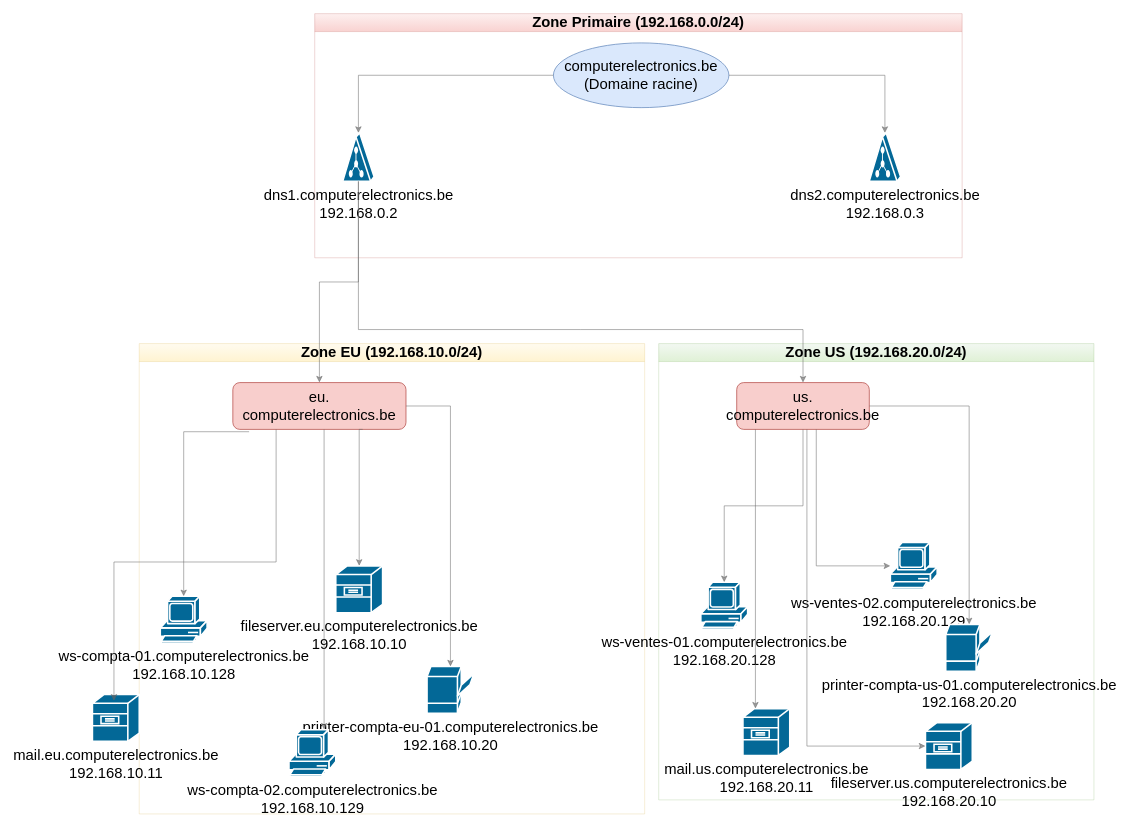
Above: diagrams/structure_reseau_geographic_zones _basic.drawio in choquitofrito/ActiveDirectory (draw.io), before the change. Source tidied: cells renumbered, new cells numbered last; positions are measured from the earlier drawing's top-left corner, leaving out a move shared by most shapes. Both pictures are drawn from the tidied source at 78%, with x=0, y=0 at pixel (92, 13).
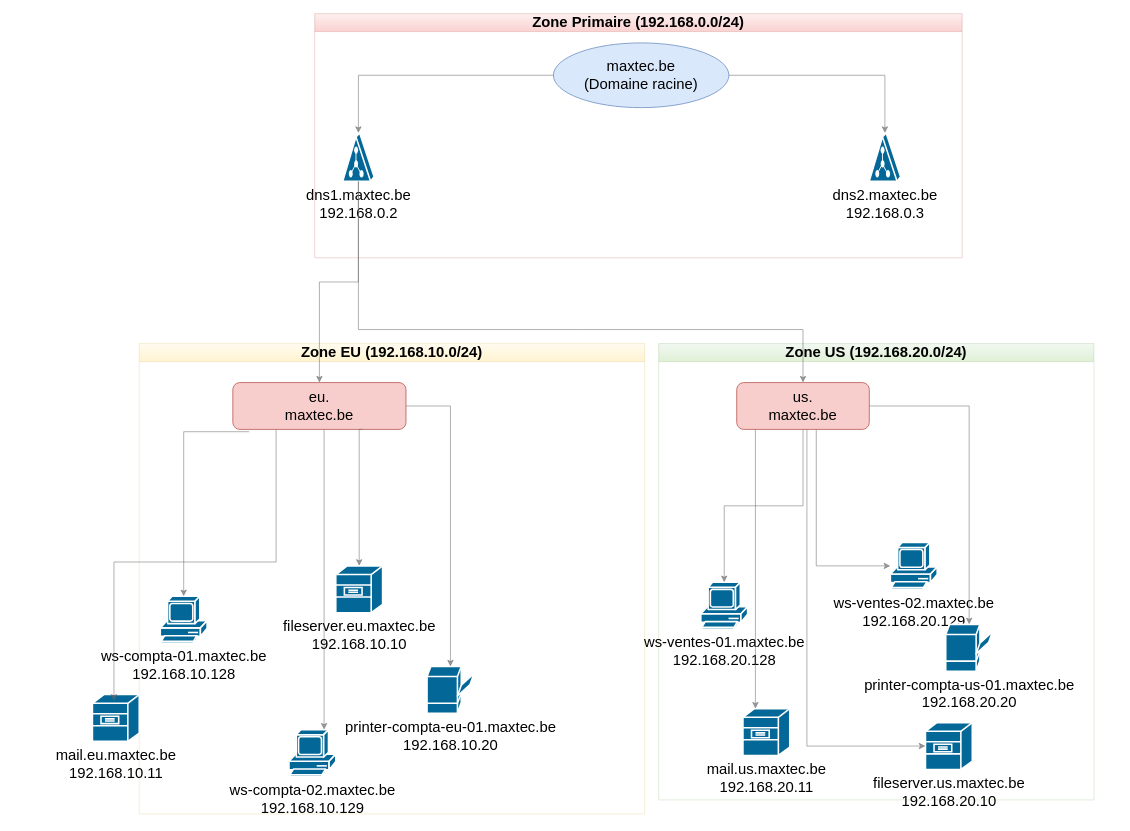
Above is the later version.

The change refers to these unchanged cells:
```xml
<mxCell id="2" value="Zone Primaire (192.168.0.0/24)" style="swimlane;whiteSpace=wrap;html=1;fillColor=#f8cecc;strokeColor=#b85450;opacity=30;gradientColor=#ea6b66;fontSize=19;" parent="1" vertex="1">
  <mxGeometry x="285" width="830" height="313" as="geometry" />
</mxCell>
<mxCell id="8" value="Zone EU (192.168.10.0/24)" style="swimlane;whiteSpace=wrap;html=1;fillColor=#fff2cc;strokeColor=#d6b656;opacity=30;gradientColor=#ffd966;fontSize=19;" parent="1" vertex="1">
  <mxGeometry x="60" y="423" width="648" height="603" as="geometry" />
</mxCell>
<mxCell id="18" value="Zone US (192.168.20.0/24)" style="swimlane;whiteSpace=wrap;html=1;fillColor=#d5e8d4;strokeColor=#82b366;opacity=30;gradientColor=#97d077;fontSize=19;" parent="1" vertex="1">
  <mxGeometry x="726" y="423" width="558" height="585" as="geometry" />
</mxCell>
```

Diff of the diagram source:
```diff
@@
-    <mxCell id="3" value="dns1.computerelectronics.be&#10;192.168.0.2" style="shape=mxgraph.cisco.servers.directory_server;html=1;dashed=0;fillColor=#036897;strokeColor=#ffffff;strokeWidth=2;verticalLabelPosition=bottom;verticalAlign=top;align=center;outlineConnect=0;fontSize=19;" parent="2" vertex="1">
+    <mxCell id="3" value="dns1.maxtec.be&#10;192.168.0.2" style="shape=mxgraph.cisco.servers.directory_server;html=1;dashed=0;fillColor=#036897;strokeColor=#ffffff;strokeWidth=2;verticalLabelPosition=bottom;verticalAlign=top;align=center;outlineConnect=0;fontSize=19;" parent="2" vertex="1">
       <mxGeometry x="36" y="153" width="40" height="62" as="geometry" />
     </mxCell>
-    <mxCell id="4" value="dns2.computerelectronics.be&#10;192.168.0.3" style="shape=mxgraph.cisco.servers.directory_server;html=1;dashed=0;fillColor=#036897;strokeColor=#ffffff;strokeWidth=2;verticalLabelPosition=bottom;verticalAlign=top;align=center;outlineConnect=0;fontSize=19;" parent="2" vertex="1">
+    <mxCell id="4" value="dns2.maxtec.be&#10;192.168.0.3" style="shape=mxgraph.cisco.servers.directory_server;html=1;dashed=0;fillColor=#036897;strokeColor=#ffffff;strokeWidth=2;verticalLabelPosition=bottom;verticalAlign=top;align=center;outlineConnect=0;fontSize=19;" parent="2" vertex="1">
       <mxGeometry x="711" y="153" width="40" height="62" as="geometry" />
     </mxCell>
-    <mxCell id="5" value="computerelectronics.be&#10;(Domaine racine)" style="ellipse;whiteSpace=wrap;html=1;fillColor=#dae8fc;strokeColor=#6c8ebf;fontSize=19;" parent="2" vertex="1">
+    <mxCell id="5" value="maxtec.be&#10;(Domaine racine)" style="ellipse;whiteSpace=wrap;html=1;fillColor=#dae8fc;strokeColor=#6c8ebf;fontSize=19;" parent="2" vertex="1">
       <mxGeometry x="306" y="37.5" width="225" height="83" as="geometry" />
     </mxCell>
@@
-    <mxCell id="9" value="fileserver.eu.computerelectronics.be&#10;192.168.10.10" style="shape=mxgraph.cisco.servers.file_server;html=1;dashed=0;fillColor=#036897;strokeColor=#ffffff;strokeWidth=2;verticalLabelPosition=bottom;verticalAlign=top;align=center;outlineConnect=0;fontSize=19;" parent="8" vertex="1">
+    <mxCell id="9" value="fileserver.eu.maxtec.be&#10;192.168.10.10" style="shape=mxgraph.cisco.servers.file_server;html=1;dashed=0;fillColor=#036897;strokeColor=#ffffff;strokeWidth=2;verticalLabelPosition=bottom;verticalAlign=top;align=center;outlineConnect=0;fontSize=19;" parent="8" vertex="1">
       <mxGeometry x="252" y="285" width="60" height="60" as="geometry" />
     </mxCell>
-    <mxCell id="10" value="ws-compta-01.computerelectronics.be&#10;192.168.10.128" style="shape=mxgraph.cisco.computers_and_peripherals.pc;html=1;dashed=0;fillColor=#036897;strokeColor=#ffffff;strokeWidth=2;verticalLabelPosition=bottom;verticalAlign=top;align=center;outlineConnect=0;fontSize=19;" parent="8" vertex="1">
+    <mxCell id="10" value="ws-compta-01.maxtec.be&#10;192.168.10.128" style="shape=mxgraph.cisco.computers_and_peripherals.pc;html=1;dashed=0;fillColor=#036897;strokeColor=#ffffff;strokeWidth=2;verticalLabelPosition=bottom;verticalAlign=top;align=center;outlineConnect=0;fontSize=19;" parent="8" vertex="1">
       <mxGeometry x="27" y="324" width="60" height="60" as="geometry" />
     </mxCell>
-    <mxCell id="11" value="eu.&#10;computerelectronics.be" style="rounded=1;whiteSpace=wrap;html=1;fillColor=#f8cecc;strokeColor=#b85450;fontSize=19;" parent="8" vertex="1">
+    <mxCell id="11" value="eu.&#10;maxtec.be" style="rounded=1;whiteSpace=wrap;html=1;fillColor=#f8cecc;strokeColor=#b85450;fontSize=19;" parent="8" vertex="1">
       <mxGeometry x="120" y="50" width="222" height="60" as="geometry" />
     </mxCell>
@@
-    <mxCell id="14" value="printer-compta-eu-01.computerelectronics.be&lt;br style=&quot;font-size: 19px;&quot;&gt;192.168.10.20" style="shape=mxgraph.cisco.computers_and_peripherals.printer;html=1;dashed=0;fillColor=#036897;strokeColor=#ffffff;strokeWidth=2;verticalLabelPosition=bottom;verticalAlign=top;align=center;outlineConnect=0;fontSize=19;" parent="8" vertex="1">
+    <mxCell id="14" value="printer-compta-eu-01.maxtec.be&lt;br style=&quot;font-size: 19px;&quot;&gt;192.168.10.20" style="shape=mxgraph.cisco.computers_and_peripherals.printer;html=1;dashed=0;fillColor=#036897;strokeColor=#ffffff;strokeWidth=2;verticalLabelPosition=bottom;verticalAlign=top;align=center;outlineConnect=0;fontSize=19;" parent="8" vertex="1">
       <mxGeometry x="369" y="414" width="60" height="60" as="geometry" />
     </mxCell>
@@
-    <mxCell id="16" value="ws-compta-02.computerelectronics.be&lt;br style=&quot;font-size: 19px;&quot;&gt;192.168.10.129" style="shape=mxgraph.cisco.computers_and_peripherals.pc;html=1;dashed=0;fillColor=#036897;strokeColor=#ffffff;strokeWidth=2;verticalLabelPosition=bottom;verticalAlign=top;align=center;outlineConnect=0;fontSize=19;" parent="8" vertex="1">
+    <mxCell id="16" value="ws-compta-02.maxtec.be&lt;br style=&quot;font-size: 19px;&quot;&gt;192.168.10.129" style="shape=mxgraph.cisco.computers_and_peripherals.pc;html=1;dashed=0;fillColor=#036897;strokeColor=#ffffff;strokeWidth=2;verticalLabelPosition=bottom;verticalAlign=top;align=center;outlineConnect=0;fontSize=19;" parent="8" vertex="1">
       <mxGeometry x="192" y="495" width="60" height="60" as="geometry" />
     </mxCell>
@@
-    <mxCell id="19" value="us.&#10;computerelectronics.be" style="rounded=1;whiteSpace=wrap;html=1;fillColor=#f8cecc;strokeColor=#b85450;fontSize=19;" parent="18" vertex="1">
+    <mxCell id="19" value="us.&#10;maxtec.be" style="rounded=1;whiteSpace=wrap;html=1;fillColor=#f8cecc;strokeColor=#b85450;fontSize=19;" parent="18" vertex="1">
       <mxGeometry x="100" y="50" width="170" height="60" as="geometry" />
     </mxCell>
-    <mxCell id="20" value="ws-ventes-01.computerelectronics.be&#10;192.168.20.128" style="shape=mxgraph.cisco.computers_and_peripherals.pc;html=1;dashed=0;fillColor=#036897;strokeColor=#ffffff;strokeWidth=2;verticalLabelPosition=bottom;verticalAlign=top;align=center;outlineConnect=0;fontSize=19;" parent="18" vertex="1">
+    <mxCell id="20" value="ws-ventes-01.maxtec.be&#10;192.168.20.128" style="shape=mxgraph.cisco.computers_and_peripherals.pc;html=1;dashed=0;fillColor=#036897;strokeColor=#ffffff;strokeWidth=2;verticalLabelPosition=bottom;verticalAlign=top;align=center;outlineConnect=0;fontSize=19;" parent="18" vertex="1">
       <mxGeometry x="54" y="306" width="60" height="60" as="geometry" />
     </mxCell>
@@
-    <mxCell id="22" value="mail.us.computerelectronics.be&lt;br style=&quot;font-size: 19px;&quot;&gt;192.168.20.11" style="shape=mxgraph.cisco.servers.file_server;html=1;dashed=0;fillColor=#036897;strokeColor=#ffffff;strokeWidth=2;verticalLabelPosition=bottom;verticalAlign=top;align=center;outlineConnect=0;fontSize=19;" parent="18" vertex="1">
+    <mxCell id="22" value="mail.us.maxtec.be&lt;br style=&quot;font-size: 19px;&quot;&gt;192.168.20.11" style="shape=mxgraph.cisco.servers.file_server;html=1;dashed=0;fillColor=#036897;strokeColor=#ffffff;strokeWidth=2;verticalLabelPosition=bottom;verticalAlign=top;align=center;outlineConnect=0;fontSize=19;" parent="18" vertex="1">
       <mxGeometry x="108" y="468" width="60" height="60" as="geometry" />
     </mxCell>
@@
-    <mxCell id="24" value="ws-ventes-02.computerelectronics.be&#10;192.168.20.129" style="shape=mxgraph.cisco.computers_and_peripherals.pc;html=1;dashed=0;fillColor=#036897;strokeColor=#ffffff;strokeWidth=2;verticalLabelPosition=bottom;verticalAlign=top;align=center;outlineConnect=0;fontSize=19;" parent="18" vertex="1">
+    <mxCell id="24" value="ws-ventes-02.maxtec.be&#10;192.168.20.129" style="shape=mxgraph.cisco.computers_and_peripherals.pc;html=1;dashed=0;fillColor=#036897;strokeColor=#ffffff;strokeWidth=2;verticalLabelPosition=bottom;verticalAlign=top;align=center;outlineConnect=0;fontSize=19;" parent="18" vertex="1">
       <mxGeometry x="297" y="255" width="60" height="60" as="geometry" />
     </mxCell>
@@
-    <mxCell id="28" value="printer-compta-us-01.computerelectronics.be&lt;br style=&quot;font-size: 19px;&quot;&gt;192.168.20.20" style="shape=mxgraph.cisco.computers_and_peripherals.printer;html=1;dashed=0;fillColor=#036897;strokeColor=#ffffff;strokeWidth=2;verticalLabelPosition=bottom;verticalAlign=top;align=center;outlineConnect=0;fontSize=19;" parent="1" vertex="1">
+    <mxCell id="28" value="printer-compta-us-01.maxtec.be&lt;br style=&quot;font-size: 19px;&quot;&gt;192.168.20.20" style="shape=mxgraph.cisco.computers_and_peripherals.printer;html=1;dashed=0;fillColor=#036897;strokeColor=#ffffff;strokeWidth=2;verticalLabelPosition=bottom;verticalAlign=top;align=center;outlineConnect=0;fontSize=19;" parent="1" vertex="1">
       <mxGeometry x="1094" y="783" width="60" height="60" as="geometry" />
     </mxCell>
@@
-    <mxCell id="30" value="fileserver.us.computerelectronics.be&#10;192.168.20.10" style="shape=mxgraph.cisco.servers.file_server;html=1;dashed=0;fillColor=#036897;strokeColor=#ffffff;strokeWidth=2;verticalLabelPosition=bottom;verticalAlign=top;align=center;outlineConnect=0;fontSize=19;" parent="1" vertex="1">
+    <mxCell id="30" value="fileserver.us.maxtec.be&#10;192.168.20.10" style="shape=mxgraph.cisco.servers.file_server;html=1;dashed=0;fillColor=#036897;strokeColor=#ffffff;strokeWidth=2;verticalLabelPosition=bottom;verticalAlign=top;align=center;outlineConnect=0;fontSize=19;" parent="1" vertex="1">
       <mxGeometry x="1068" y="909" width="60" height="60" as="geometry" />
     </mxCell>
@@
-    <mxCell id="32" value="mail.eu.computerelectronics.be&#10;192.168.10.11" style="shape=mxgraph.cisco.servers.file_server;html=1;dashed=0;fillColor=#036897;strokeColor=#ffffff;strokeWidth=2;verticalLabelPosition=bottom;verticalAlign=top;align=center;outlineConnect=0;fontSize=19;" parent="1" vertex="1">
+    <mxCell id="32" value="mail.eu.maxtec.be&#10;192.168.10.11" style="shape=mxgraph.cisco.servers.file_server;html=1;dashed=0;fillColor=#036897;strokeColor=#ffffff;strokeWidth=2;verticalLabelPosition=bottom;verticalAlign=top;align=center;outlineConnect=0;fontSize=19;" parent="1" vertex="1">
       <mxGeometry y="873" width="60" height="60" as="geometry" />
     </mxCell>
```
